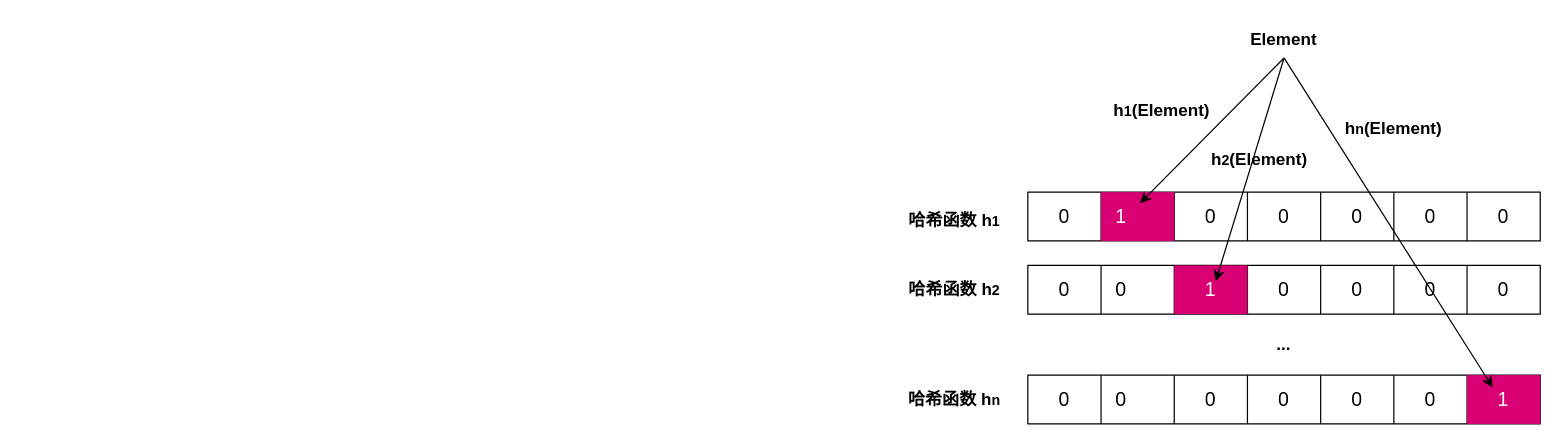
Above: page "第 6 页" (6 of 6) of RabbitKV.drawio in yeqiyi/drawIO (draw.io), before the change. Source tidied: cells renumbered, new cells numbered last; positions are measured from the earlier drawing's top-left corner, leaving out a move shared by most shapes. Both pictures are drawn from the tidied source at 122%, with x=0, y=0 at pixel (905, 21).
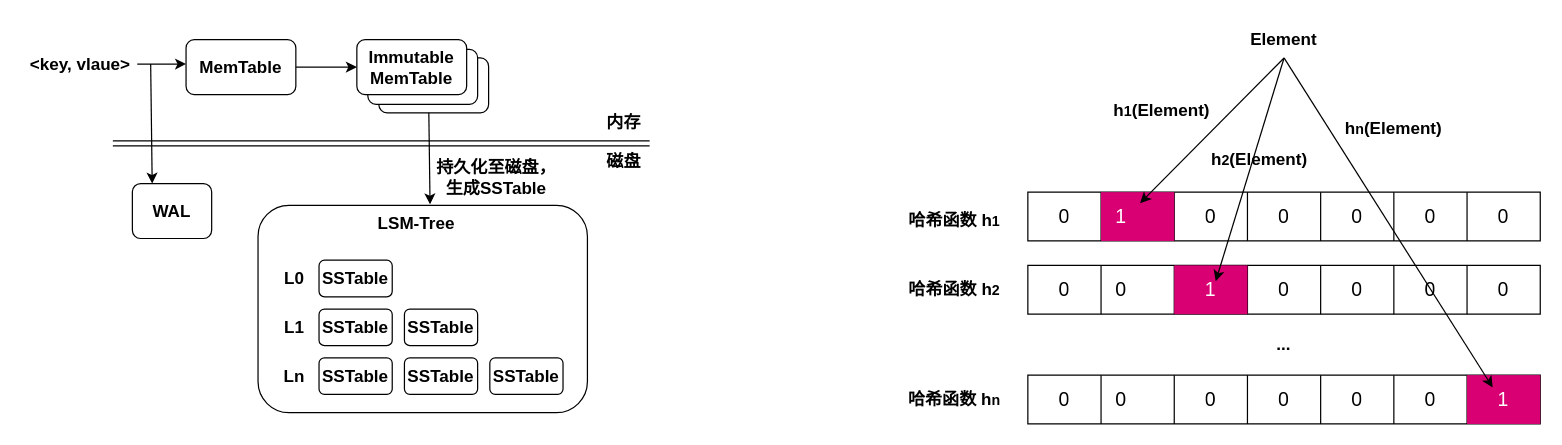
The same diagram, later.

The edit, as a diff of the source:
```diff
@@
+    <mxCell id="40" value="&lt;b&gt;&lt;font style=&quot;font-size: 14px;&quot;&gt;&lt;br&gt;&lt;/font&gt;&lt;/b&gt;" style="rounded=1;whiteSpace=wrap;html=1;" parent="1" vertex="1">
+      <mxGeometry x="-432" y="30" width="90" height="45" as="geometry" />
+    </mxCell>
@@
+    <mxCell id="41" value="&lt;b&gt;&lt;font style=&quot;font-size: 14px;&quot;&gt;MemTable&lt;/font&gt;&lt;/b&gt;" style="rounded=1;whiteSpace=wrap;html=1;" parent="1" vertex="1">
+      <mxGeometry x="-590" y="15" width="90" height="45" as="geometry" />
+    </mxCell>
+    <mxCell id="42" value="&lt;b&gt;&lt;font style=&quot;font-size: 14px;&quot;&gt;&lt;br&gt;&lt;/font&gt;&lt;/b&gt;" style="rounded=1;whiteSpace=wrap;html=1;" parent="1" vertex="1">
+      <mxGeometry x="-441" y="23" width="90" height="45" as="geometry" />
+    </mxCell>
+    <mxCell id="43" value="&lt;b&gt;&lt;font style=&quot;font-size: 14px;&quot;&gt;Immutable&lt;br&gt;MemTable&lt;br&gt;&lt;/font&gt;&lt;/b&gt;" style="rounded=1;whiteSpace=wrap;html=1;" parent="1" vertex="1">
+      <mxGeometry x="-450" y="15" width="90" height="45" as="geometry" />
+    </mxCell>
+    <mxCell id="44" style="endArrow=classic;html=1;rounded=0;entryX=0;entryY=0.5;entryDx=0;entryDy=0;exitX=1;exitY=0.5;exitDx=0;exitDy=0;" parent="1" edge="1" source="41" target="43">
+      <mxGeometry relative="1" as="geometry" />
+    </mxCell>
+    <mxCell id="45" value="&lt;b&gt;&lt;font style=&quot;font-size: 14px;&quot;&gt;内存&lt;/font&gt;&lt;/b&gt;" style="text;html=1;strokeColor=none;fillColor=none;align=center;verticalAlign=middle;whiteSpace=wrap;rounded=0;" parent="1" vertex="1">
+      <mxGeometry x="-261" y="68" width="60" height="30" as="geometry" />
+    </mxCell>
+    <mxCell id="46" value="&lt;b&gt;&lt;font style=&quot;font-size: 14px;&quot;&gt;磁盘&lt;/font&gt;&lt;/b&gt;" style="text;html=1;strokeColor=none;fillColor=none;align=center;verticalAlign=middle;whiteSpace=wrap;rounded=0;" parent="1" vertex="1">
+      <mxGeometry x="-261" y="100" width="60" height="30" as="geometry" />
+    </mxCell>
+    <mxCell id="47" value="&lt;b&gt;&lt;font style=&quot;font-size: 14px;&quot;&gt;WAL&lt;/font&gt;&lt;/b&gt;" style="rounded=1;whiteSpace=wrap;html=1;" parent="1" vertex="1">
+      <mxGeometry x="-634" y="133" width="65" height="45" as="geometry" />
+    </mxCell>
+    <mxCell id="48" style="rounded=1;whiteSpace=wrap;html=1;" parent="1" vertex="1">
+      <mxGeometry x="-531" y="150.8" width="270" height="170" as="geometry" />
+    </mxCell>
+    <mxCell id="49" value="&lt;b&gt;&lt;font style=&quot;font-size: 14px;&quot;&gt;LSM-Tree&lt;/font&gt;&lt;/b&gt;" style="text;html=1;strokeColor=none;fillColor=none;align=center;verticalAlign=middle;whiteSpace=wrap;rounded=0;" parent="1" vertex="1">
+      <mxGeometry x="-444.8" y="150" width="87.5" height="32.5" as="geometry" />
+    </mxCell>
+    <mxCell id="50" value="&lt;b&gt;&lt;font style=&quot;font-size: 14px;&quot;&gt;SSTable&lt;/font&gt;&lt;/b&gt;" style="rounded=1;whiteSpace=wrap;html=1;" parent="1" vertex="1">
+      <mxGeometry x="-481" y="195.8" width="60" height="30" as="geometry" />
+    </mxCell>
+    <mxCell id="51" value="&lt;b&gt;&lt;font style=&quot;font-size: 14px;&quot;&gt;L0&lt;/font&gt;&lt;/b&gt;" style="text;html=1;strokeColor=none;fillColor=none;align=center;verticalAlign=middle;whiteSpace=wrap;rounded=0;" parent="1" vertex="1">
+      <mxGeometry x="-531" y="195.8" width="60" height="30" as="geometry" />
+    </mxCell>
+    <mxCell id="52" value="&lt;b&gt;&lt;font style=&quot;font-size: 14px;&quot;&gt;SSTable&lt;/font&gt;&lt;/b&gt;" style="rounded=1;whiteSpace=wrap;html=1;" parent="1" vertex="1">
+      <mxGeometry x="-481" y="235.8" width="60" height="30" as="geometry" />
+    </mxCell>
+    <mxCell id="53" value="&lt;b&gt;&lt;font style=&quot;font-size: 14px;&quot;&gt;SSTable&lt;/font&gt;&lt;/b&gt;" style="rounded=1;whiteSpace=wrap;html=1;" parent="1" vertex="1">
+      <mxGeometry x="-411" y="235.8" width="60" height="30" as="geometry" />
+    </mxCell>
+    <mxCell id="54" value="&lt;b&gt;&lt;font style=&quot;font-size: 14px;&quot;&gt;SSTable&lt;/font&gt;&lt;/b&gt;" style="rounded=1;whiteSpace=wrap;html=1;" parent="1" vertex="1">
+      <mxGeometry x="-481" y="275.8" width="60" height="30" as="geometry" />
+    </mxCell>
+    <mxCell id="55" value="&lt;b&gt;&lt;font style=&quot;font-size: 14px;&quot;&gt;SSTable&lt;/font&gt;&lt;/b&gt;" style="rounded=1;whiteSpace=wrap;html=1;" parent="1" vertex="1">
+      <mxGeometry x="-411" y="275.8" width="60" height="30" as="geometry" />
+    </mxCell>
+    <mxCell id="56" value="&lt;b&gt;&lt;font style=&quot;font-size: 14px;&quot;&gt;SSTable&lt;/font&gt;&lt;/b&gt;" style="rounded=1;whiteSpace=wrap;html=1;" parent="1" vertex="1">
+      <mxGeometry x="-341" y="275.8" width="60" height="30" as="geometry" />
+    </mxCell>
+    <mxCell id="57" value="&lt;b&gt;&lt;font style=&quot;font-size: 14px;&quot;&gt;L1&lt;/font&gt;&lt;/b&gt;" style="text;html=1;strokeColor=none;fillColor=none;align=center;verticalAlign=middle;whiteSpace=wrap;rounded=0;" parent="1" vertex="1">
+      <mxGeometry x="-531" y="235.8" width="60" height="30" as="geometry" />
+    </mxCell>
+    <mxCell id="58" style="shape=link;html=1;rounded=0;" parent="1" edge="1">
+      <mxGeometry relative="1" as="geometry">
+        <mxPoint x="-650" y="100" as="sourcePoint" />
+        <mxPoint x="-210" y="100" as="targetPoint" />
+      </mxGeometry>
+    </mxCell>
+    <mxCell id="59" value="&lt;b&gt;&lt;font style=&quot;font-size: 14px;&quot;&gt;Ln&lt;/font&gt;&lt;/b&gt;" style="text;html=1;strokeColor=none;fillColor=none;align=center;verticalAlign=middle;whiteSpace=wrap;rounded=0;" parent="1" vertex="1">
+      <mxGeometry x="-531" y="275.8" width="60" height="30" as="geometry" />
+    </mxCell>
+    <mxCell id="60" value="&lt;span style=&quot;font-size: 14px;&quot;&gt;&lt;b&gt;持久化至磁盘，生成SSTable&lt;/b&gt;&lt;/span&gt;" style="text;html=1;strokeColor=none;fillColor=none;align=center;verticalAlign=middle;whiteSpace=wrap;rounded=0;" parent="1" vertex="1">
+      <mxGeometry x="-390" y="115" width="109" height="25" as="geometry" />
+    </mxCell>
+    <mxCell id="61" style="endArrow=classic;html=1;rounded=0;" parent="1" edge="1">
+      <mxGeometry relative="1" as="geometry">
+        <mxPoint x="-630" y="35" as="sourcePoint" />
+        <mxPoint x="-590" y="35" as="targetPoint" />
+      </mxGeometry>
+    </mxCell>
+    <mxCell id="62" value="&lt;b&gt;&lt;font style=&quot;font-size: 14px;&quot;&gt;&amp;lt;key, vlaue&amp;gt;&lt;/font&gt;&lt;/b&gt;" style="text;html=1;strokeColor=none;fillColor=none;align=center;verticalAlign=middle;whiteSpace=wrap;rounded=0;" parent="1" vertex="1">
+      <mxGeometry x="-725" y="25" width="97" height="20" as="geometry" />
+    </mxCell>
+    <mxCell id="63" style="endArrow=classic;html=1;rounded=0;exitX=1;exitY=0.5;exitDx=0;exitDy=0;" parent="1" edge="1">
+      <mxGeometry relative="1" as="geometry">
+        <mxPoint x="-391" y="75" as="sourcePoint" />
+        <mxPoint x="-390" y="150" as="targetPoint" />
+      </mxGeometry>
+    </mxCell>
+    <mxCell id="64" style="endArrow=classic;html=1;rounded=0;entryX=0.25;entryY=0;entryDx=0;entryDy=0;" parent="1" edge="1" target="47">
+      <mxGeometry relative="1" as="geometry">
+        <mxPoint x="-619" y="35" as="sourcePoint" />
+      </mxGeometry>
+    </mxCell>
```
